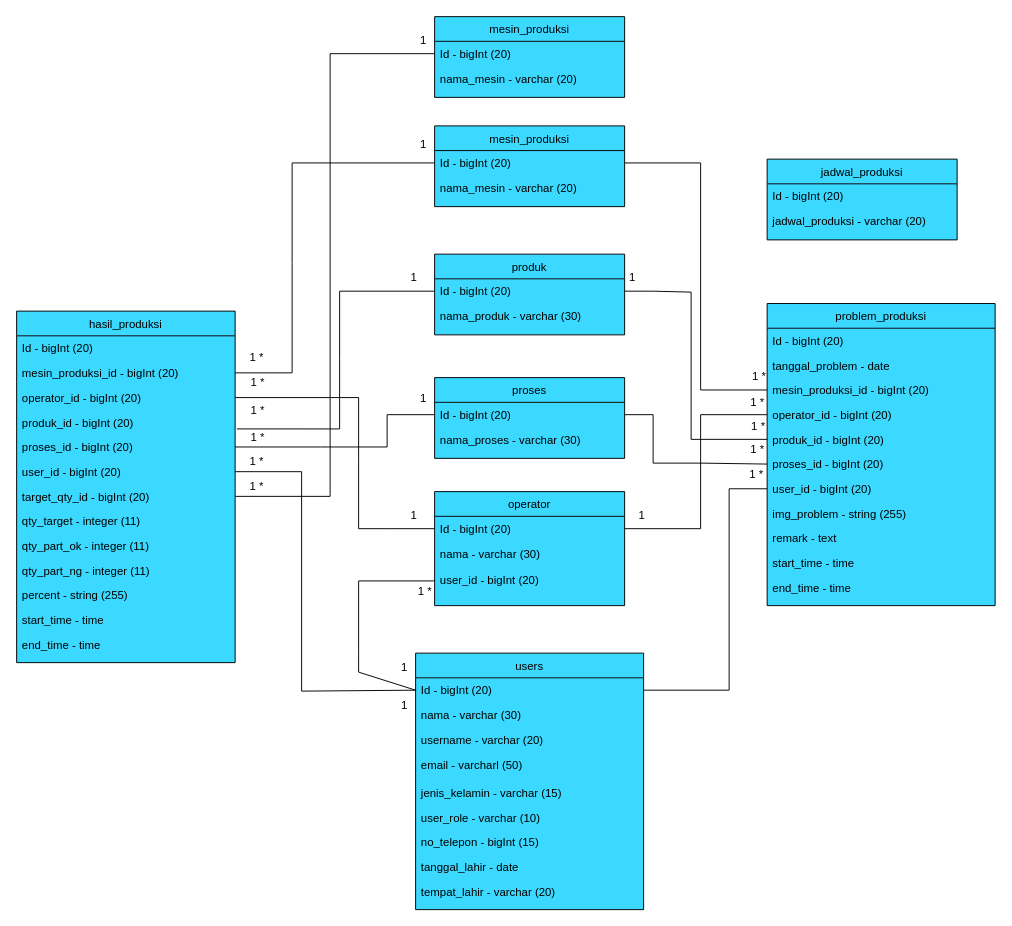
Above: class_diagram.drawio in danangsptro/manufacturing_goseki (draw.io), before the change. Source tidied: cells renumbered, new cells numbered last; positions are measured from the earlier drawing's top-left corner, leaving out a move shared by most shapes. Both pictures are drawn from the tidied source at 95%, with x=0, y=0 at pixel (16, 16).
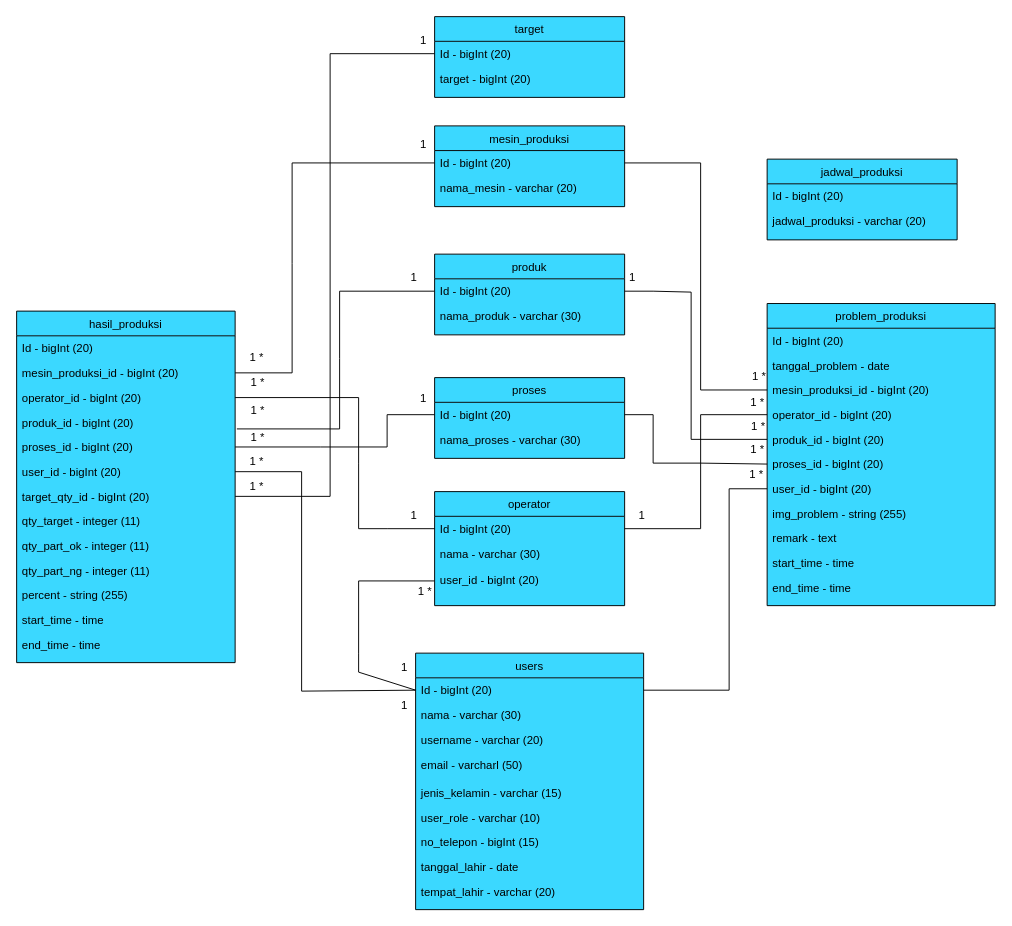
Above is the later version.

Change to the diagram source:
```diff
@@
-    <mxCell id="84" value="mesin_produksi" style="swimlane;fontStyle=0;align=center;verticalAlign=top;horizontal=1;startSize=26;rounded=0;shadow=0;strokeWidth=1;fillColor=#3BD8FF;swimlaneFillColor=#3BD8FF;" parent="1" vertex="1">
+    <mxCell id="84" value="target&#10;" style="swimlane;fontStyle=0;align=center;verticalAlign=top;horizontal=1;startSize=26;rounded=0;shadow=0;strokeWidth=1;fillColor=#3BD8FF;swimlaneFillColor=#3BD8FF;" parent="1" vertex="1">
       <mxGeometry x="440" width="200" height="85" as="geometry" />
     </mxCell>
@@
-    <mxCell id="86" value="nama_mesin - varchar (20)" style="text;align=left;verticalAlign=top;spacingLeft=4;spacingRight=4;overflow=hidden;rounded=0;shadow=0;html=0;" parent="84" vertex="1">
+    <mxCell id="86" value="target - bigInt (20)" style="text;align=left;verticalAlign=top;spacingLeft=4;spacingRight=4;overflow=hidden;rounded=0;shadow=0;html=0;" parent="84" vertex="1">
       <mxGeometry y="52" width="200" height="26" as="geometry" />
     </mxCell>
```
